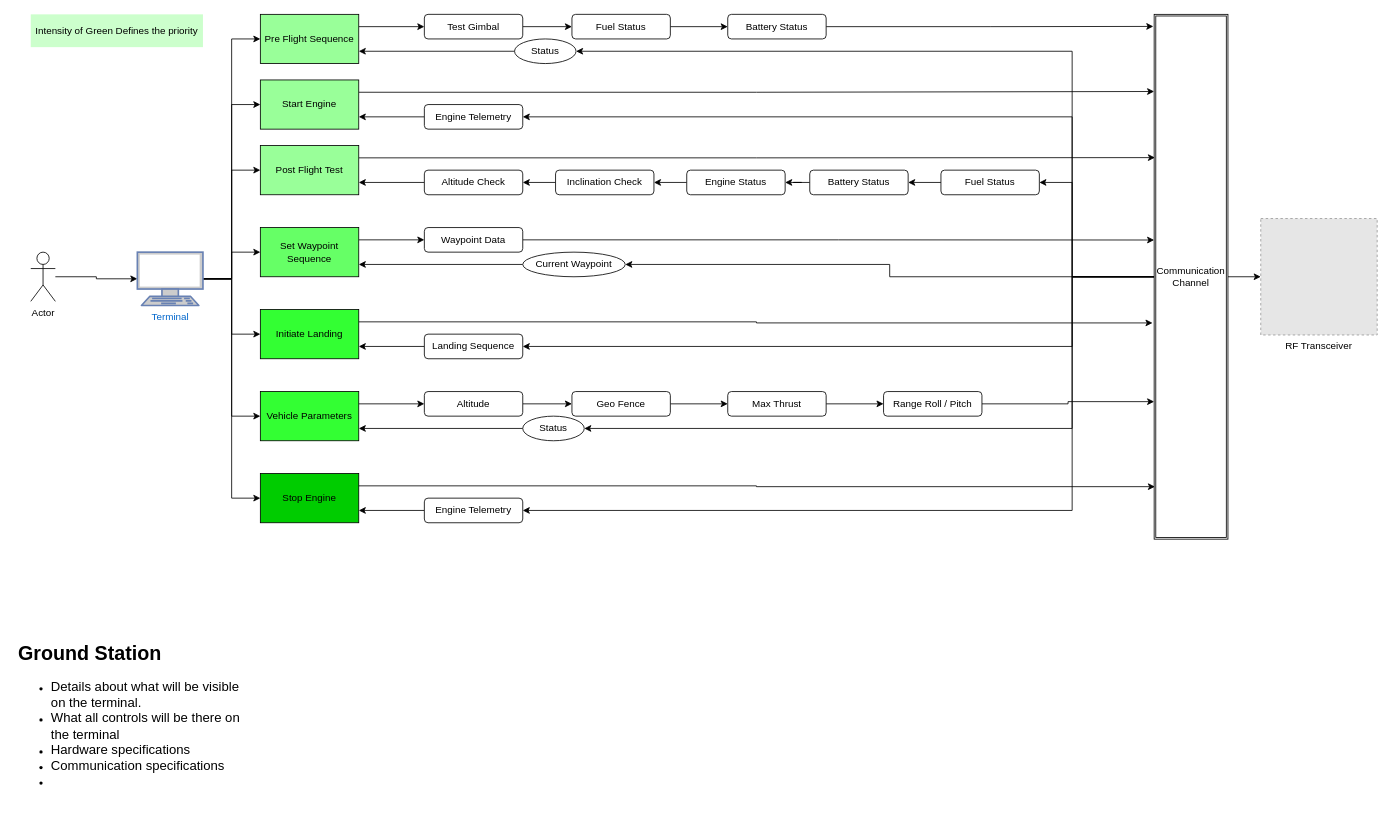
Above: page "Ground Station" (1 of 7) of Documentation/Leapfrog_Architecture.drawio in antarikshnarain/ArtemisLeapFrog (draw.io), before the change. Source tidied: cells renumbered, new cells numbered last; positions are measured from the earlier drawing's top-left corner, leaving out a move shared by most shapes. Both pictures are drawn from the tidied source at 82%, with x=0, y=0 at pixel (14, 14). Pictures stored in the file or linked from it are replaced by grey dashed boxes.
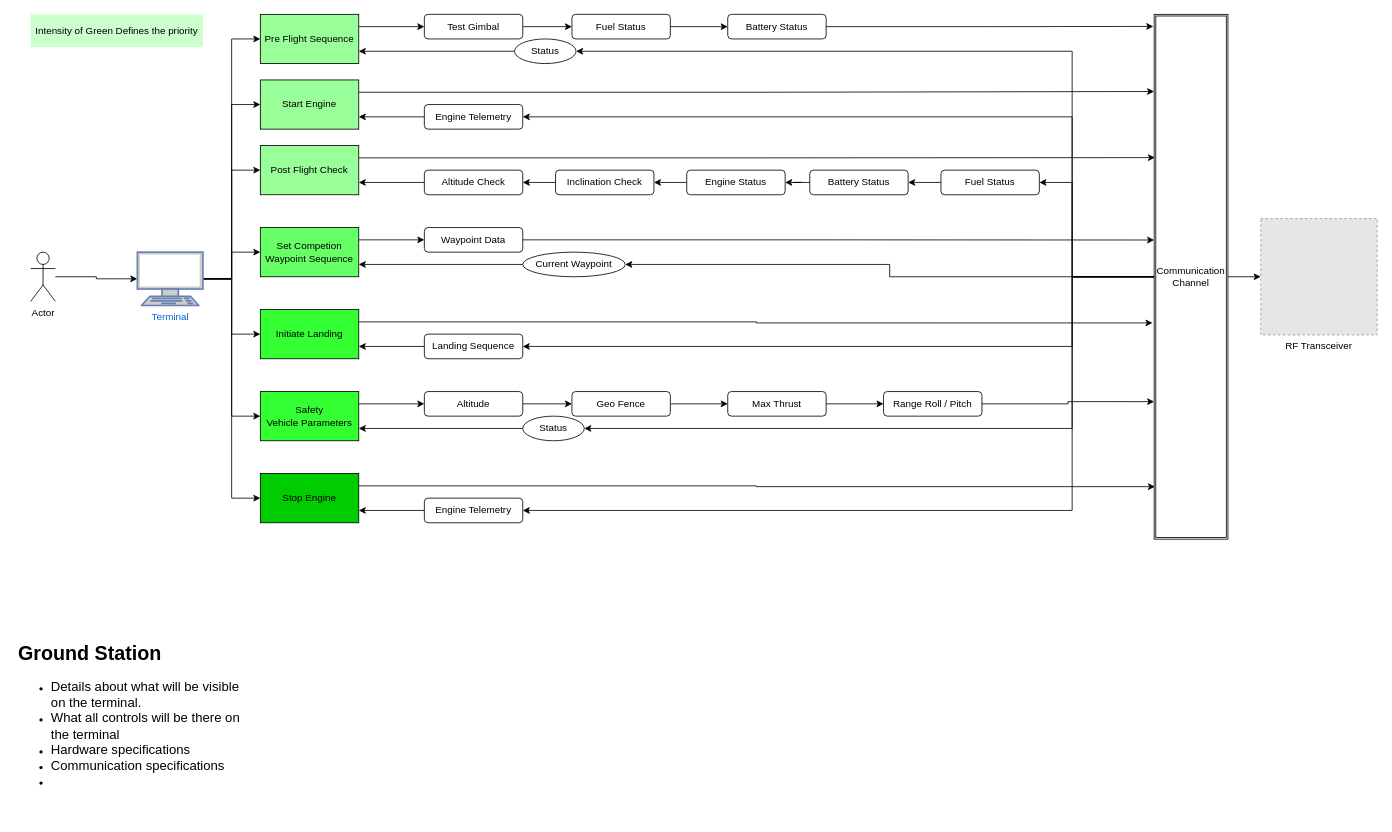
After the change.

What changed in the source:
```diff
@@
-    <mxCell id="30" value="Set Waypoint Sequence" style="rounded=0;whiteSpace=wrap;html=1;fillColor=#66FF66;" parent="1" vertex="1">
+    <mxCell id="30" value="Set Competion Waypoint Sequence" style="rounded=0;whiteSpace=wrap;html=1;fillColor=#66FF66;" parent="1" vertex="1">
       <mxGeometry x="300" y="260" width="120" height="60" as="geometry" />
     </mxCell>
@@
-    <mxCell id="39" value="Vehicle Parameters" style="rounded=0;whiteSpace=wrap;html=1;fillColor=#33FF33;" parent="1" vertex="1">
+    <mxCell id="39" value="Safety &lt;br&gt;Vehicle Parameters" style="rounded=0;whiteSpace=wrap;html=1;fillColor=#33FF33;" parent="1" vertex="1">
       <mxGeometry x="300" y="460" width="120" height="60" as="geometry" />
     </mxCell>
@@
-    <mxCell id="49" value="Post Flight Test" style="rounded=0;whiteSpace=wrap;html=1;fillColor=#99FF99;" parent="1" vertex="1">
+    <mxCell id="49" value="Post Flight Check" style="rounded=0;whiteSpace=wrap;html=1;fillColor=#99FF99;" parent="1" vertex="1">
       <mxGeometry x="300" y="160" width="120" height="60" as="geometry" />
     </mxCell>
```
